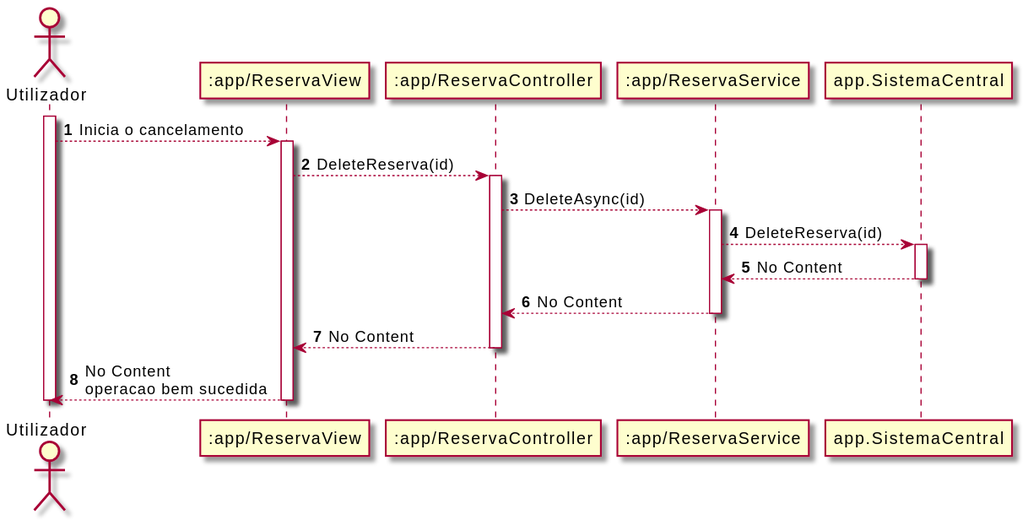
Earlier version of the PlantUML export Documentos/Sprint4/UC3/SD_UC3.svg (UPskillDOTNET/Jakim-das-Coives-S.A.).
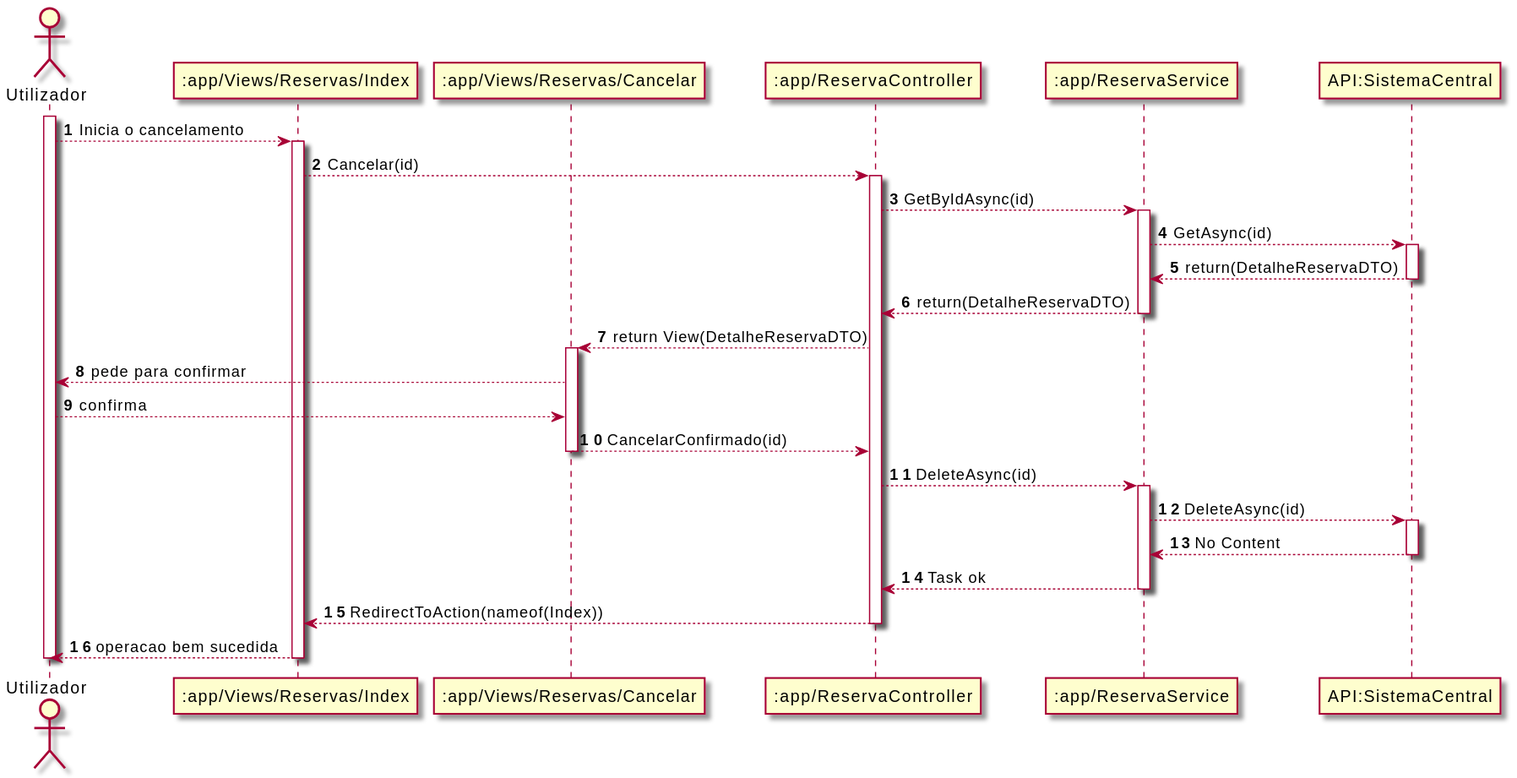
The same diagram one commit later.

Diff of the diagram source:
```diff
@@ -1,35 +1,58 @@
 @startuml
 autonumber
 actor "Utilizador" as U
-participant ":app/ReservaView" as RV
+participant ":app/Views/Reservas/Index" as RV
+participant ":app/Views/Reservas/Cancelar" as RCV
 participant ":app/ReservaController" as RC
 participant ":app/ReservaService" as RS
-participant "app.SistemaCentral" as API
+participant "API:SistemaCentral" as API
 
 activate U
 
 U --> RV: Inicia o cancelamento
 activate RV
 
-RV --> RC: DeleteReserva(id)
+RV --> RC: Cancelar(id)
 activate RC
+
+RC --> RS: GetByIdAsync(id)
+activate RS
+
+RS --> API: GetAsync(id)
+activate API
+
+API --> RS: return(DetalheReservaDTO)
+deactivate API
+
+RS --> RC: return(DetalheReservaDTO)
+deactivate RS
+
+RC --> RCV: return View(DetalheReservaDTO)
+activate RCV
+
+RCV --> U: pede para confirmar
+
+U --> RCV: confirma
+
+RCV --> RC: CancelarConfirmado(id)
+deactivate RCV
 
 RC --> RS: DeleteAsync(id)
 activate RS
 
-RS --> API: DeleteReserva(id)
+RS --> API: DeleteAsync(id)
 activate API
 
 API --> RS:No Content
 deactivate API
 
-RS --> RC: No Content
+RS --> RC: Task ok
 deactivate RS
 
-RC --> RV: No Content
+RC --> RV: RedirectToAction(nameof(Index))
 deactivate RC
 
-RV --> U: No Content\noperacao bem sucedida
+RV --> U: operacao bem sucedida
 deactivate RV
 
 deactivate U
```
